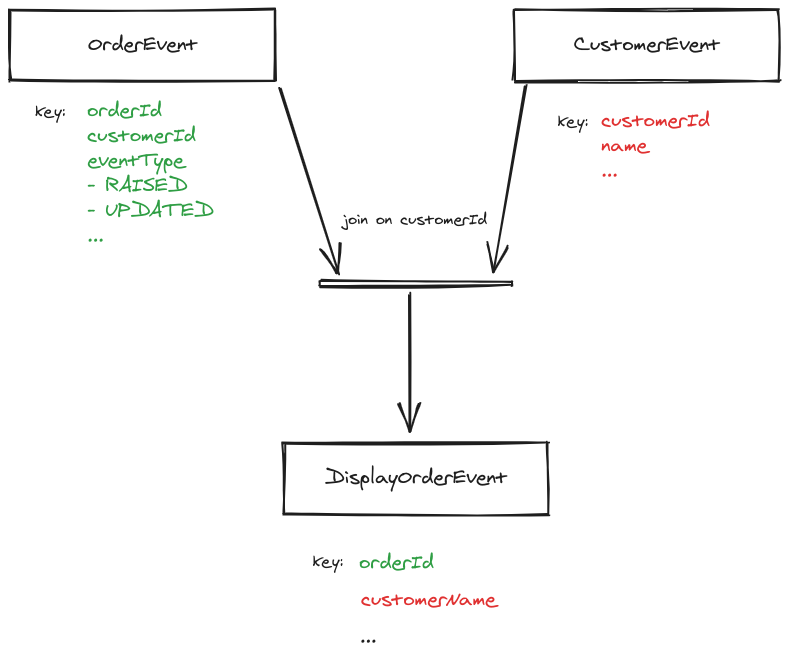
ziemsky/kstreams-dsl-naming keeps this Excalidraw diagram as doc/events.excalidraw.png. Above is the earlier version. Source tidied: one line per element, renumbered; positions are measured from the earlier drawing's top-left corner, leaving out a move shared by most shapes. Its diagram source:
```json
{"id": 0, "type": "rectangle", "strokeColor": "#1e1e1e", "strokeWidth": 2, "roughness": 1, "round": true, "x": 0, "y": 0, "width": 265, "height": 71}
{"id": 1, "type": "text", "text": "OrderEvent", "strokeColor": "#1e1e1e", "strokeWidth": 2, "roughness": 1, "fontSize": 20, "fontFamily": 1, "textAlign": "center", "verticalAlign": "middle", "inside": 0, "x": 78, "y": 23, "width": 110, "height": 25}
{"id": 2, "type": "rectangle", "strokeColor": "#1e1e1e", "strokeWidth": 2, "roughness": 1, "round": true, "x": 273, "y": 433, "width": 265, "height": 71}
{"id": 3, "type": "text", "text": "DisplayOrderEvent", "strokeColor": "#1e1e1e", "strokeWidth": 2, "roughness": 1, "fontSize": 20, "fontFamily": 1, "textAlign": "center", "verticalAlign": "middle", "inside": 2, "x": 317, "y": 456, "width": 178, "height": 25}
{"id": 4, "type": "rectangle", "strokeColor": "#1e1e1e", "strokeWidth": 2, "roughness": 1, "round": true, "x": 504, "y": 0, "width": 265, "height": 71}
{"id": 5, "type": "text", "text": "CustomerEvent", "strokeColor": "#1e1e1e", "strokeWidth": 2, "roughness": 1, "fontSize": 20, "fontFamily": 1, "textAlign": "center", "verticalAlign": "middle", "inside": 4, "x": 564, "y": 23, "width": 145, "height": 25}
{"id": 6, "type": "rectangle", "strokeColor": "#1e1e1e", "strokeWidth": 2, "roughness": 1, "round": true, "x": 310, "y": 271, "width": 192, "height": 4}
{"id": 7, "type": "arrow", "strokeColor": "#1e1e1e", "strokeWidth": 2, "roughness": 1, "endArrowhead": "arrow", "round": true, "from": 0, "to": 6, "x": 271, "y": 78, "width": 58, "height": 186, "points": [[0, 0], [58, 186]]}
{"id": 8, "type": "arrow", "strokeColor": "#1e1e1e", "strokeWidth": 2, "roughness": 1, "endArrowhead": "arrow", "round": true, "from": 4, "to": 6, "x": 516, "y": 77, "width": 33, "height": 184, "points": [[0, 0], [-33, 184]]}
{"id": 9, "type": "arrow", "strokeColor": "#1e1e1e", "strokeWidth": 2, "roughness": 1, "endArrowhead": "arrow", "round": true, "from": 6, "to": 2, "x": 400, "y": 283, "width": 0, "height": 138, "points": [[0, 0], [0, 138]]}
{"id": 10, "type": "text", "text": "orderId\ncustomerId\neventType\n- RAISED\n- UPDATED\n...", "strokeColor": "#2f9e44", "strokeWidth": 2, "roughness": 1, "fontSize": 20, "fontFamily": 1, "x": 77, "y": 89, "width": 120, "height": 150}
{"id": 11, "type": "text", "text": "orderId", "strokeColor": "#2f9e44", "strokeWidth": 2, "roughness": 1, "fontSize": 20, "fontFamily": 1, "textAlign": "center", "x": 350, "y": 541, "width": 73, "height": 25}
{"id": 12, "type": "text", "text": "customerName", "strokeColor": "#e03131", "strokeWidth": 2, "roughness": 1, "fontSize": 20, "fontFamily": 1, "textAlign": "center", "x": 350, "y": 578, "width": 137, "height": 25}
{"id": 13, "type": "text", "text": "...", "strokeColor": "#1e1e1e", "strokeWidth": 2, "roughness": 1, "fontSize": 20, "fontFamily": 1, "textAlign": "center", "x": 350, "y": 615, "width": 16, "height": 25}
{"id": 14, "type": "text", "text": "customerId\nname\n...", "strokeColor": "#e03131", "strokeWidth": 2, "roughness": 1, "fontSize": 20, "fontFamily": 1, "x": 591, "y": 99, "width": 109, "height": 75}
{"id": 15, "type": "text", "text": "join on customerId", "strokeColor": "#1e1e1e", "strokeWidth": 2, "roughness": 1, "fontSize": 16, "fontFamily": 1, "textAlign": "center", "x": 333, "y": 200, "width": 144, "height": 20}
{"id": 16, "type": "text", "text": "key:", "strokeColor": "#1e1e1e", "strokeWidth": 1, "roughness": 1, "fontSize": 16, "fontFamily": 1, "x": 25, "y": 92, "width": 28, "height": 20}
{"id": 17, "type": "text", "text": "key:", "strokeColor": "#1e1e1e", "strokeWidth": 1, "roughness": 1, "fontSize": 16, "fontFamily": 1, "x": 548, "y": 102, "width": 28, "height": 20}
{"id": 18, "type": "text", "text": "key:", "strokeColor": "#1e1e1e", "strokeWidth": 1, "roughness": 1, "fontSize": 16, "fontFamily": 1, "x": 303, "y": 542, "width": 28, "height": 20}
```
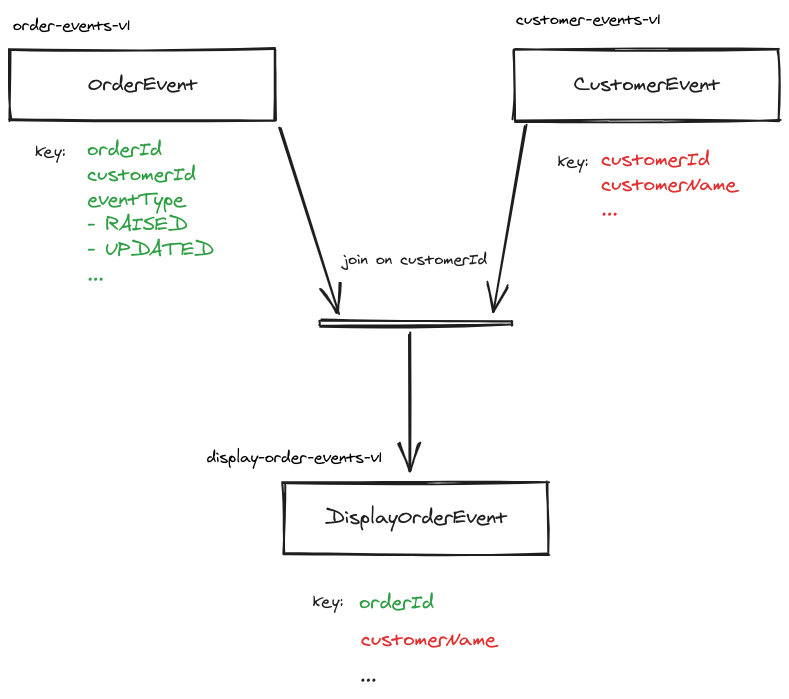
After the commit.

The edit, as a diff of the source:
```diff
@@ -12,8 +12,11 @@
 {"id": 11, "type": "text", "text": "orderId", "strokeColor": "#2f9e44", "strokeWidth": 2, "roughness": 1, "fontSize": 20, "fontFamily": 1, "textAlign": "center", "x": 350, "y": 541, "width": 73, "height": 25}
 {"id": 12, "type": "text", "text": "customerName", "strokeColor": "#e03131", "strokeWidth": 2, "roughness": 1, "fontSize": 20, "fontFamily": 1, "textAlign": "center", "x": 350, "y": 578, "width": 137, "height": 25}
 {"id": 13, "type": "text", "text": "...", "strokeColor": "#1e1e1e", "strokeWidth": 2, "roughness": 1, "fontSize": 20, "fontFamily": 1, "textAlign": "center", "x": 350, "y": 615, "width": 16, "height": 25}
-{"id": 14, "type": "text", "text": "customerId\nname\n...", "strokeColor": "#e03131", "strokeWidth": 2, "roughness": 1, "fontSize": 20, "fontFamily": 1, "x": 591, "y": 99, "width": 109, "height": 75}
+{"id": 14, "type": "text", "text": "customerId\ncustomerName\n...", "strokeColor": "#e03131", "strokeWidth": 2, "roughness": 1, "fontSize": 20, "fontFamily": 1, "x": 591, "y": 99, "width": 135, "height": 75}
 {"id": 15, "type": "text", "text": "join on customerId", "strokeColor": "#1e1e1e", "strokeWidth": 2, "roughness": 1, "fontSize": 16, "fontFamily": 1, "textAlign": "center", "x": 333, "y": 200, "width": 144, "height": 20}
 {"id": 16, "type": "text", "text": "key:", "strokeColor": "#1e1e1e", "strokeWidth": 1, "roughness": 1, "fontSize": 16, "fontFamily": 1, "x": 25, "y": 92, "width": 28, "height": 20}
 {"id": 17, "type": "text", "text": "key:", "strokeColor": "#1e1e1e", "strokeWidth": 1, "roughness": 1, "fontSize": 16, "fontFamily": 1, "x": 548, "y": 102, "width": 28, "height": 20}
 {"id": 18, "type": "text", "text": "key:", "strokeColor": "#1e1e1e", "strokeWidth": 1, "roughness": 1, "fontSize": 16, "fontFamily": 1, "x": 303, "y": 542, "width": 28, "height": 20}
+{"id": 19, "type": "text", "text": "order-events-v1", "strokeColor": "#000000", "strokeWidth": 1, "roughness": 1, "fontSize": 16, "fontFamily": 1, "x": 3, "y": -34, "width": 117, "height": 20}
+{"id": 20, "type": "text", "text": "customer-events-v1", "strokeColor": "#000000", "strokeWidth": 1, "roughness": 1, "fontSize": 16, "fontFamily": 1, "x": 506, "y": -40, "width": 144, "height": 20}
+{"id": 21, "type": "text", "text": "display-order-events-v1", "strokeColor": "#000000", "strokeWidth": 1, "roughness": 1, "fontSize": 16, "fontFamily": 1, "x": 197, "y": 398, "width": 175, "height": 20}
```
